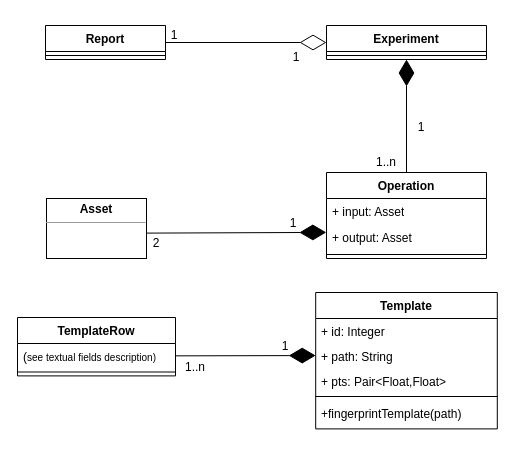
okashaluai/Fingerprint-Biometric-Research-Tool keeps this draw.io diagram as page "DataModeling" (10 of 11) of Docs/Diagrams.drawio.xml. Above is the earlier version. Source tidied: cells renumbered, new cells numbered last; positions are measured from the earlier drawing's top-left corner, leaving out a move shared by most shapes. Both pictures are drawn from the tidied source at 100%, with x=0, y=0 at pixel (17, 20).
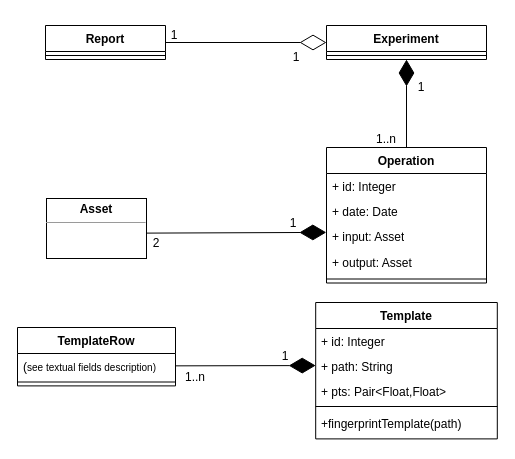
The same page after the edit.

Diff of the diagram source:
```diff
@@
     <mxCell id="6" value="Operation" style="swimlane;fontStyle=1;align=center;verticalAlign=top;horizontal=1;startSize=26;whiteSpace=wrap;html=1;" parent="1" vertex="1">
-      <mxGeometry x="309" y="152" width="160" height="86" as="geometry" />
+      <mxGeometry x="309" y="127" width="160" height="135.5" as="geometry" />
     </mxCell>
+    <mxCell id="32" value="+ id: Integer" style="text;strokeColor=none;fillColor=none;align=left;verticalAlign=top;spacingLeft=4;spacingRight=4;overflow=hidden;whiteSpace=wrap;html=1;" parent="6" vertex="1">
+      <mxGeometry y="26" width="160" height="24.7" as="geometry" />
+    </mxCell>
+    <mxCell id="33" value="+ date: Date" style="text;strokeColor=none;fillColor=none;align=left;verticalAlign=top;spacingLeft=4;spacingRight=4;overflow=hidden;whiteSpace=wrap;html=1;" parent="6" vertex="1">
+      <mxGeometry y="50.7" width="160" height="24.7" as="geometry" />
+    </mxCell>
     <mxCell id="7" value="+ input: Asset" style="text;strokeColor=none;fillColor=none;align=left;verticalAlign=top;spacingLeft=4;spacingRight=4;overflow=hidden;whiteSpace=wrap;html=1;" parent="6" vertex="1">
-      <mxGeometry y="26" width="160" height="26" as="geometry" />
+      <mxGeometry y="75.5" width="160" height="26" as="geometry" />
     </mxCell>
     <mxCell id="8" value="+ output: Asset" style="text;strokeColor=none;fillColor=none;align=left;verticalAlign=top;spacingLeft=4;spacingRight=4;overflow=hidden;whiteSpace=wrap;html=1;" parent="6" vertex="1">
-      <mxGeometry y="52" width="160" height="26" as="geometry" />
+      <mxGeometry y="101.5" width="160" height="26" as="geometry" />
     </mxCell>
     <mxCell id="9" style="line;strokeWidth=1;fillColor=none;align=left;verticalAlign=middle;spacingTop=-1;spacingLeft=3;spacingRight=3;labelPosition=right;strokeColor=inherit;" parent="6" vertex="1">
-      <mxGeometry y="78" width="160" height="8" as="geometry" />
+      <mxGeometry y="127.5" width="160" height="8" as="geometry" />
     </mxCell>
@@
     <mxCell id="16" value="1" style="text;html=1;align=center;verticalAlign=middle;whiteSpace=wrap;rounded=0;" parent="1" vertex="1">
-      <mxGeometry x="374" y="92" width="60" height="30" as="geometry" />
+      <mxGeometry x="374" y="52" width="60" height="30" as="geometry" />
     </mxCell>
     <mxCell id="17" value="1..n" style="text;html=1;align=center;verticalAlign=middle;whiteSpace=wrap;rounded=0;" parent="1" vertex="1">
-      <mxGeometry x="339" y="127" width="60" height="30" as="geometry" />
+      <mxGeometry x="339" y="104" width="60" height="30" as="geometry" />
     </mxCell>
@@
     <mxCell id="20" value="Template" style="swimlane;fontStyle=1;align=center;verticalAlign=top;horizontal=1;startSize=26;whiteSpace=wrap;html=1;" parent="1" vertex="1">
-      <mxGeometry x="298.2" y="272" width="181.6" height="136.4" as="geometry" />
+      <mxGeometry x="298.2" y="282" width="181.6" height="136.4" as="geometry" />
     </mxCell>
@@
     <mxCell id="26" value="TemplateRow" style="swimlane;fontStyle=1;align=center;verticalAlign=top;horizontal=1;startSize=26;whiteSpace=wrap;html=1;" parent="1" vertex="1">
-      <mxGeometry y="297" width="158" height="58.4" as="geometry" />
+      <mxGeometry y="307" width="158" height="58.4" as="geometry" />
     </mxCell>
@@
     <mxCell id="30" value="1" style="text;html=1;align=center;verticalAlign=middle;whiteSpace=wrap;rounded=0;" parent="1" vertex="1">
-      <mxGeometry x="238" y="311" width="60" height="30" as="geometry" />
+      <mxGeometry x="238" y="321" width="60" height="30" as="geometry" />
     </mxCell>
     <mxCell id="31" value="1..n" style="text;html=1;align=center;verticalAlign=middle;whiteSpace=wrap;rounded=0;" parent="1" vertex="1">
-      <mxGeometry x="148" y="332" width="60" height="30" as="geometry" />
+      <mxGeometry x="148" y="342" width="60" height="30" as="geometry" />
     </mxCell>
```
